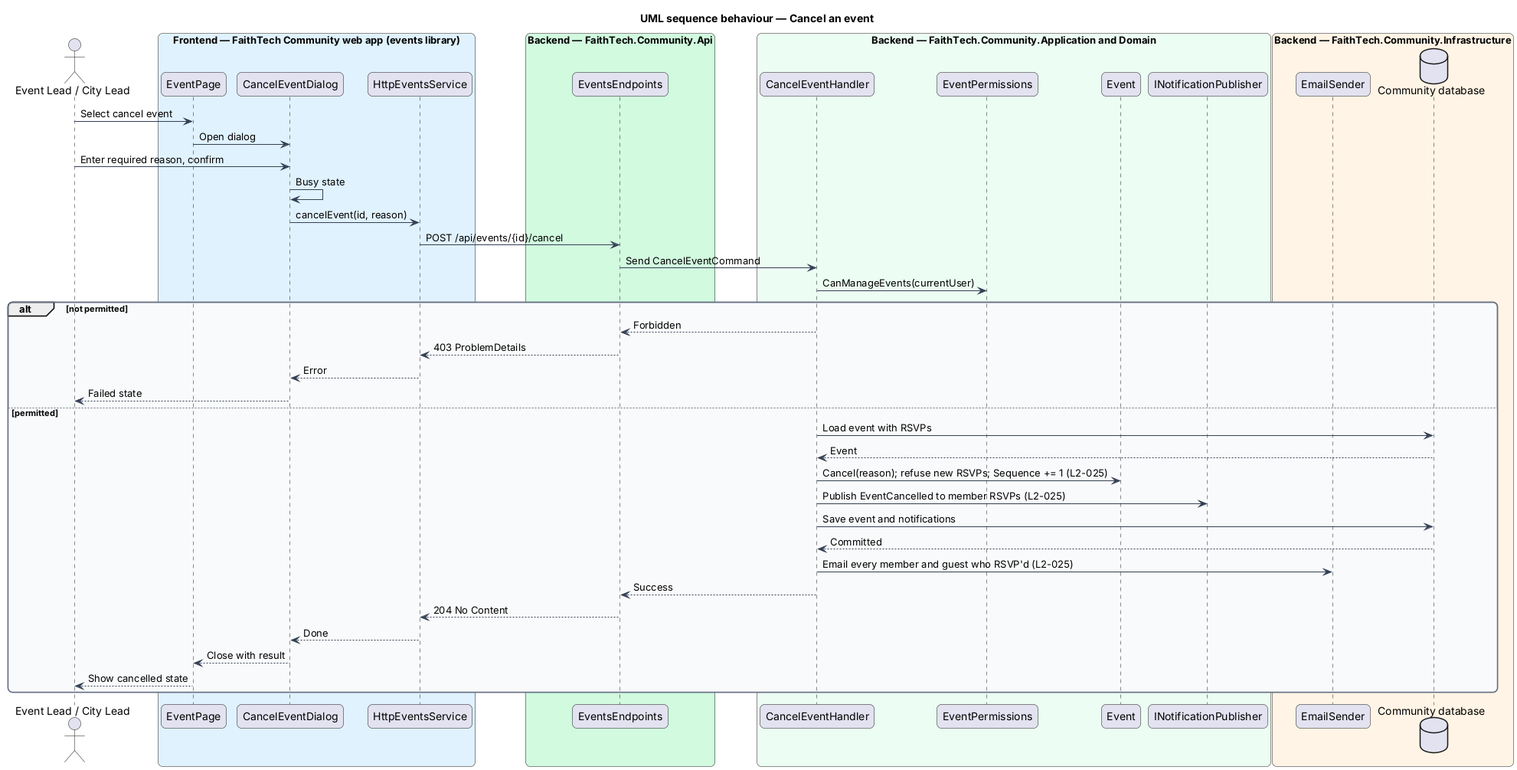
Above: docs/detailed-designs/events/cancel-events/diagrams/sequence-cancel-event.png in QuinntyneBrown/faithtech-community (PlantUML), before the change.
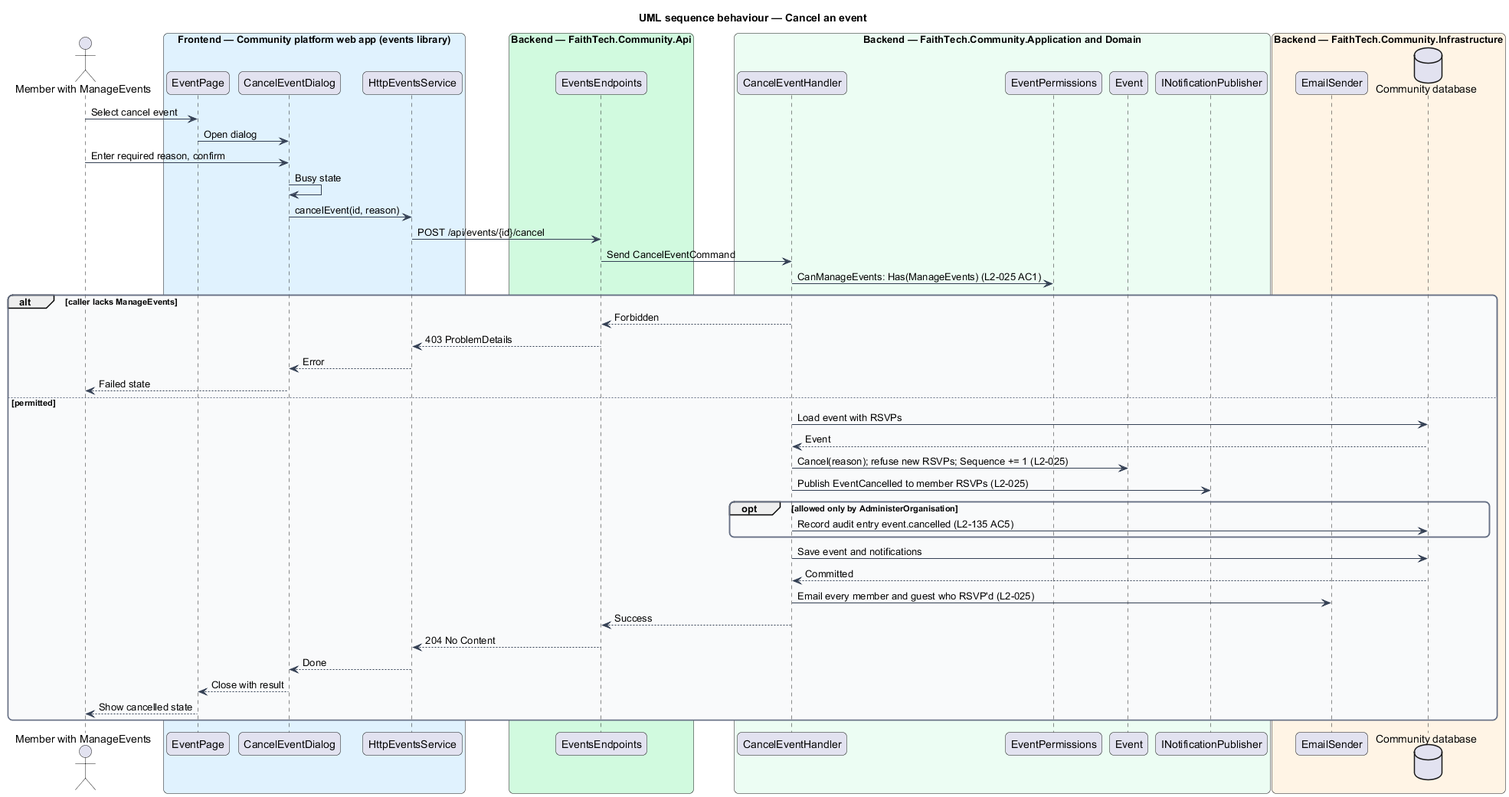
The same diagram one commit later.

Diff of the diagram source:
```diff
@@ -14,8 +14,8 @@
   FontColor #101828
   BackgroundColor #F9FAFB
 }
-actor "Event Lead / City Lead" as actor
-box "Frontend — FaithTech Community web app (events library)" #E0F2FE
+actor "Member with ManageEvents" as actor
+box "Frontend — Community platform web app (events library)" #E0F2FE
   participant "EventPage" as page
   participant "CancelEventDialog" as dlg
   participant "HttpEventsService" as svc
@@ -41,8 +41,8 @@
 dlg -> svc : cancelEvent(id, reason)
 svc -> ep : POST /api/events/{id}/cancel
 ep -> h : Send CancelEventCommand
-h -> perm : CanManageEvents(currentUser)
-alt not permitted
+h -> perm : CanManageEvents: Has(ManageEvents) (L2-025 AC1)
+alt caller lacks ManageEvents
   h --> ep : Forbidden
   ep --> svc : 403 ProblemDetails
   svc --> dlg : Error
@@ -52,6 +52,9 @@
   db --> h : Event
   h -> ev : Cancel(reason); refuse new RSVPs; Sequence += 1 (L2-025)
   h -> notif : Publish EventCancelled to member RSVPs (L2-025)
+  opt allowed only by AdministerOrganisation
+    h -> db : Record audit entry event.cancelled (L2-135 AC5)
+  end
   h -> db : Save event and notifications
   db --> h : Committed
   h -> mail : Email every member and guest who RSVP'd (L2-025)
```
